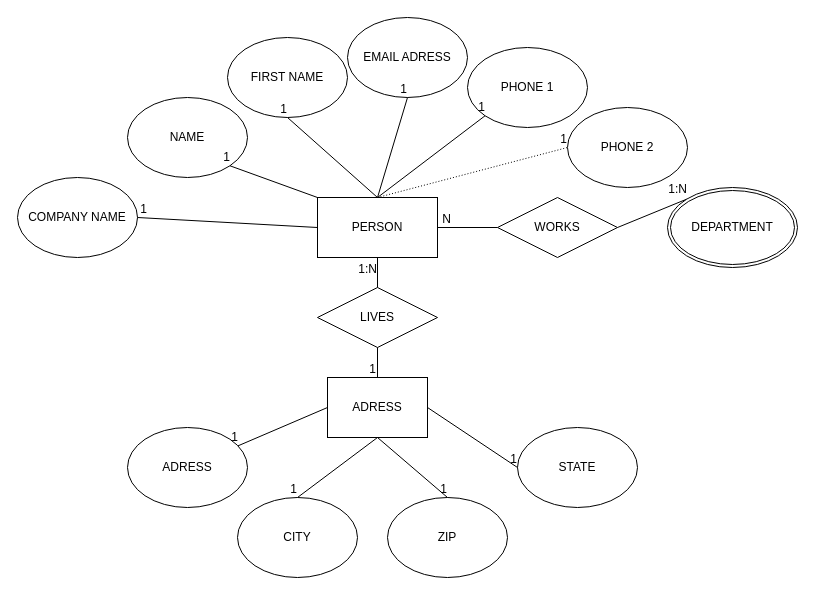
Earlier version of the draw.io diagram ER_diagram.drawio (khub41/xalchallenge-hugo-rebeix). Source tidied: cells renumbered, new cells numbered last; positions are measured from the earlier drawing's top-left corner, leaving out a move shared by most shapes. Both pictures are drawn from the tidied source at 100%, with x=0, y=0 at pixel (17, 17).
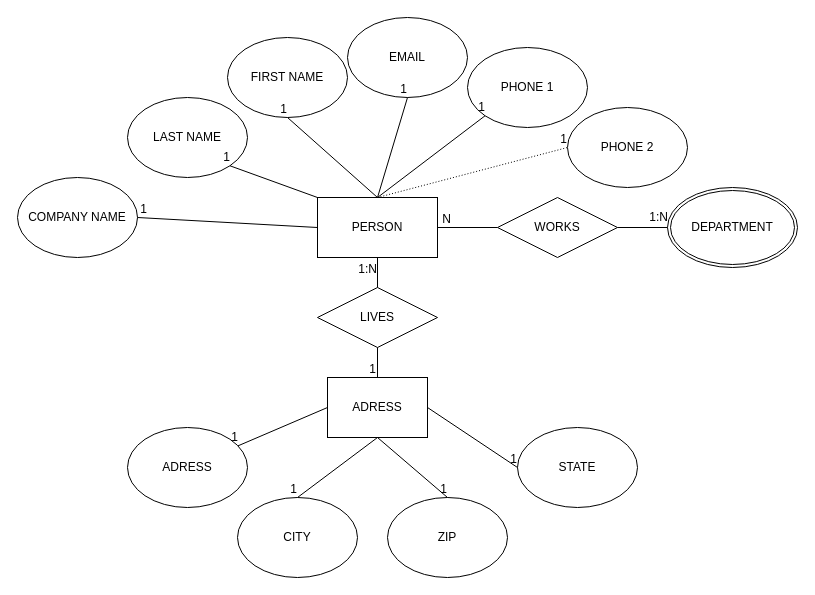
The same page after the edit.

The change refers to these unchanged cells:
```xml
<mxCell id="7" value="DEPARTMENT" style="ellipse;shape=doubleEllipse;margin=3;whiteSpace=wrap;html=1;align=center;" parent="1" vertex="1">
  <mxGeometry x="650" y="170" width="130" height="80" as="geometry" />
</mxCell>
<mxCell id="16" value="WORKS" style="shape=rhombus;perimeter=rhombusPerimeter;whiteSpace=wrap;html=1;align=center;rotation=0;" parent="1" vertex="1">
  <mxGeometry x="480" y="180" width="120" height="60" as="geometry" />
</mxCell>
```

Change to the diagram source:
```diff
@@
-    <mxCell id="3" value="NAME" style="ellipse;whiteSpace=wrap;html=1;" parent="1" vertex="1">
+    <mxCell id="3" value="LAST NAME" style="ellipse;whiteSpace=wrap;html=1;" parent="1" vertex="1">
       <mxGeometry x="110" y="80" width="120" height="80" as="geometry" />
     </mxCell>
@@
-    <mxCell id="5" value="EMAIL ADRESS" style="ellipse;whiteSpace=wrap;html=1;" parent="1" vertex="1">
+    <mxCell id="5" value="EMAIL" style="ellipse;whiteSpace=wrap;html=1;" parent="1" vertex="1">
       <mxGeometry x="330" width="120" height="80" as="geometry" />
     </mxCell>
@@
-    <mxCell id="29" style="endArrow=none;html=1;rounded=0;entryX=0;entryY=0;entryDx=0;entryDy=0;exitX=1;exitY=0.5;exitDx=0;exitDy=0;" parent="1" edge="1" source="16" target="7">
+    <mxCell id="29" style="endArrow=none;html=1;rounded=0;entryX=0;entryY=0.5;entryDx=0;entryDy=0;exitX=1;exitY=0.5;exitDx=0;exitDy=0;" parent="1" edge="1" source="16" target="7">
       <mxGeometry relative="1" as="geometry" />
     </mxCell>
```
